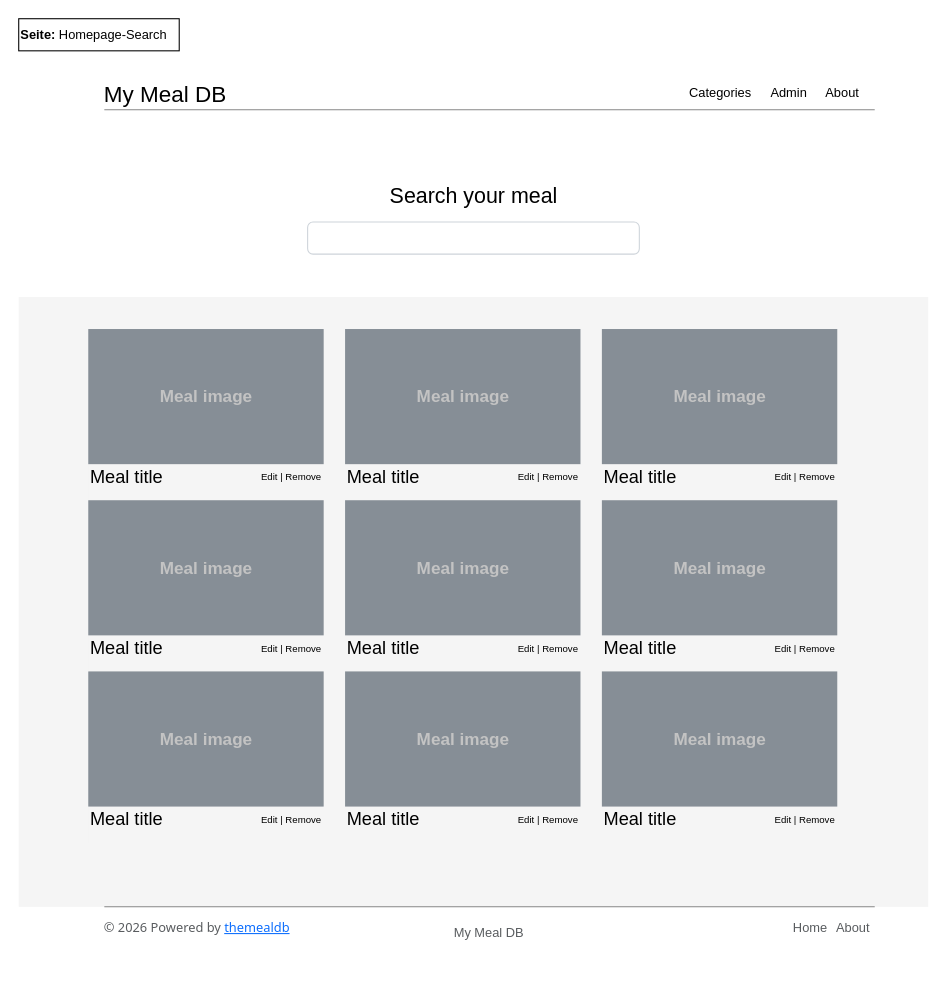
This is page "Desktop:Search" (2 of 7) of Dokumentation/Bildschirme-der-my-meal-db.drawio from MAFernCosta/m294-mymealdb, a draw.io file, before an edit. Source tidied: cells renumbered, new cells numbered last; positions are measured from the earlier drawing's top-left corner, leaving out a move shared by most shapes. Both pictures are drawn from the tidied source at 107%, with x=0, y=0 at pixel (18, 18).
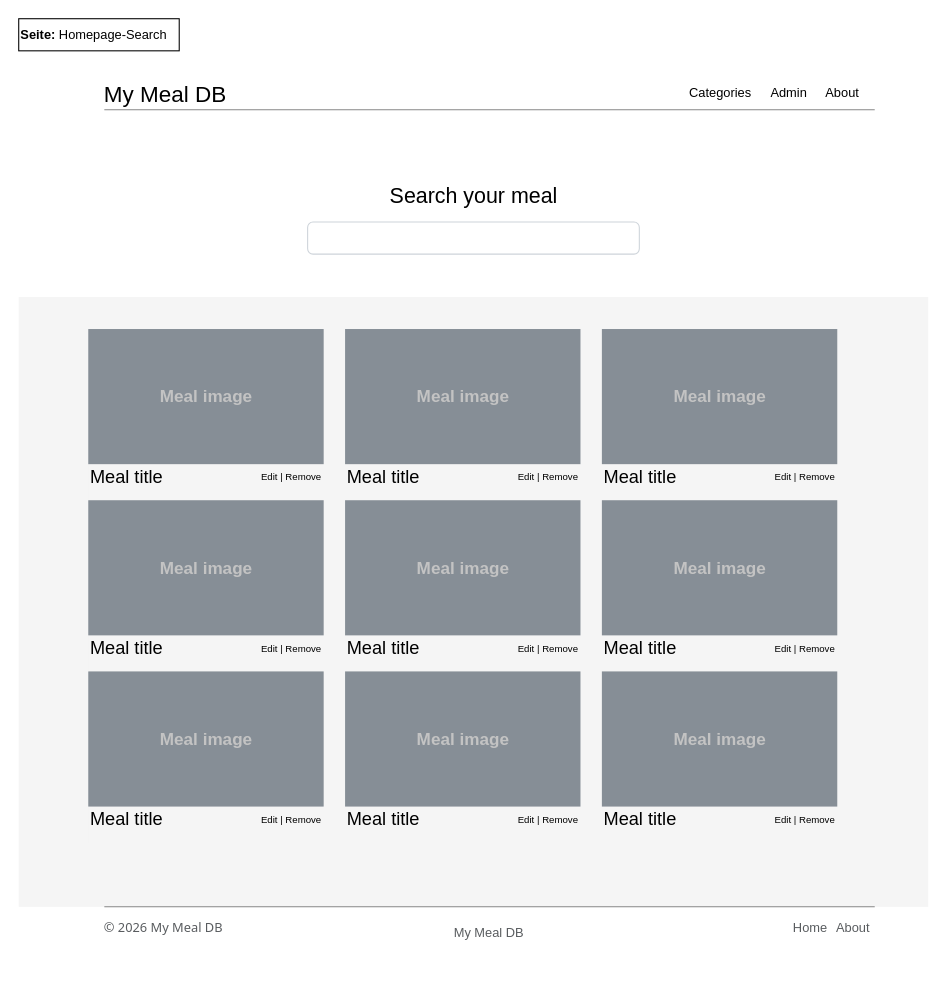
The same page after the edit.

Change to the diagram source:
```diff
@@
-    <mxCell id="8" value="&lt;font&gt;&lt;span style=&quot;color: rgba(33, 37, 41, 0.75); font-family: system-ui, -apple-system, &amp;quot;Segoe UI&amp;quot;, Roboto, &amp;quot;Helvetica Neue&amp;quot;, &amp;quot;Noto Sans&amp;quot;, &amp;quot;Liberation Sans&amp;quot;, Arial, sans-serif, &amp;quot;Apple Color Emoji&amp;quot;, &amp;quot;Segoe UI Emoji&amp;quot;, &amp;quot;Segoe UI Symbol&amp;quot;, &amp;quot;Noto Color Emoji&amp;quot;; background-color: rgb(255, 255, 255);&quot;&gt;© 2026 Powered by&amp;nbsp;&lt;/span&gt;&lt;a style=&quot;box-sizing: border-box; color: rgb(13, 110, 253); font-family: system-ui, -apple-system, &amp;quot;Segoe UI&amp;quot;, Roboto, &amp;quot;Helvetica Neue&amp;quot;, &amp;quot;Noto Sans&amp;quot;, &amp;quot;Liberation Sans&amp;quot;, Arial, sans-serif, &amp;quot;Apple Color Emoji&amp;quot;, &amp;quot;Segoe UI Emoji&amp;quot;, &amp;quot;Segoe UI Symbol&amp;quot;, &amp;quot;Noto Color Emoji&amp;quot;; background-color: rgb(255, 255, 255);&quot; href=&quot;https://www.themealdb.com/&quot;&gt;themealdb&lt;/a&gt;&lt;/font&gt;" style="text;html=1;align=left;verticalAlign=middle;whiteSpace=wrap;rounded=0;" parent="1" vertex="1">
+    <mxCell id="8" value="&lt;span style=&quot;color: rgba(33, 37, 41, 0.75); font-family: system-ui, -apple-system, &amp;quot;Segoe UI&amp;quot;, Roboto, &amp;quot;Helvetica Neue&amp;quot;, &amp;quot;Noto Sans&amp;quot;, &amp;quot;Liberation Sans&amp;quot;, Arial, sans-serif, &amp;quot;Apple Color Emoji&amp;quot;, &amp;quot;Segoe UI Emoji&amp;quot;, &amp;quot;Segoe UI Symbol&amp;quot;, &amp;quot;Noto Color Emoji&amp;quot;; background-color: rgb(255, 255, 255);&quot;&gt;© 2026 My Meal DB&lt;/span&gt;" style="text;html=1;align=left;verticalAlign=middle;whiteSpace=wrap;rounded=0;" parent="1" vertex="1">
       <mxGeometry x="78" y="840" width="200" height="20" as="geometry" />
     </mxCell>
```
